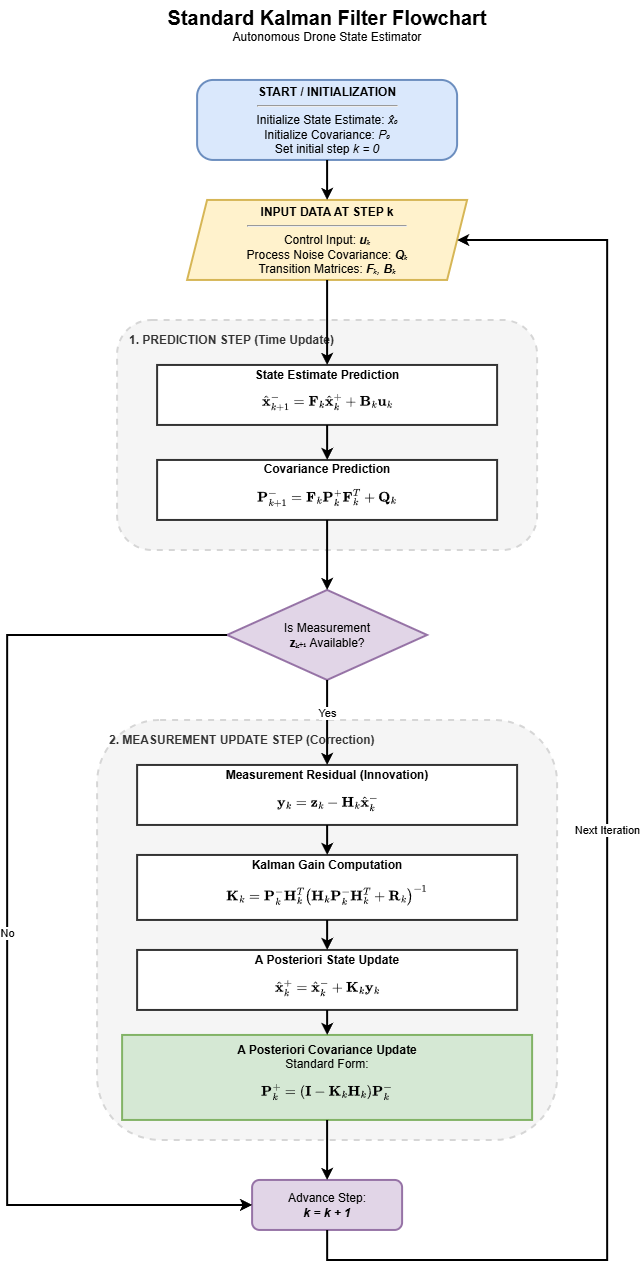
Above: docs/state_estimator/flowchart.drawio.png in koen199/my-drone (draw.io), before the change. Source tidied: cells renumbered, new cells last; positions are measured from the earlier drawing's top-left corner, leaving out a move shared by most shapes.
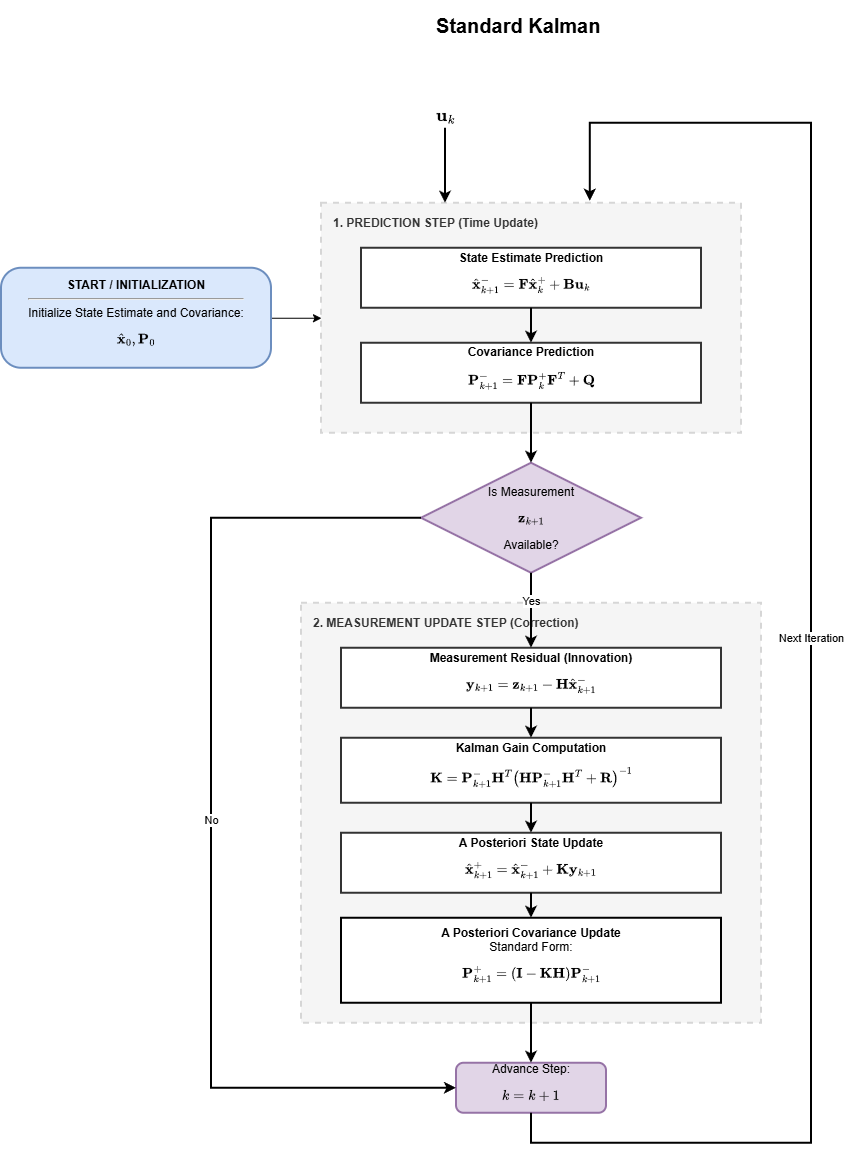
Above is the later version.

The edit, as a diff of the source:
```diff
@@ -2,56 +2,56 @@
   <root>
     <mxCell id="0" />
     <mxCell id="1" parent="0" />
-    <mxCell id="2" value="&lt;font style=&quot;font-size: 20px;&quot;&gt;&lt;b&gt;Standard Kalman Filter Flowchart&lt;/b&gt;&lt;/font&gt;&lt;br&gt;Autonomous Drone State Estimator" style="text;html=1;align=center;verticalAlign=middle;whiteSpace=wrap;rounded=0;" parent="1" vertex="1">
-      <mxGeometry x="120" width="400" height="50" as="geometry" />
+    <mxCell id="2" value="&lt;font style=&quot;font-size: 20px;&quot;&gt;&lt;b&gt;Standard Kalman&amp;nbsp;&lt;/b&gt;&lt;/font&gt;" style="text;html=1;align=center;verticalAlign=middle;whiteSpace=wrap;rounded=0;" parent="1" vertex="1">
+      <mxGeometry x="110" y="117" width="400" height="50" as="geometry" />
     </mxCell>
+    <mxCell id="28" style="edgeStyle=orthogonalEdgeStyle;rounded=0;jettySize=auto;html=1;entryX=0;entryY=0.5;entryDx=0;entryDy=0;" parent="1" edge="1" source="3" target="5">
+      <mxGeometry relative="1" as="geometry" />
+    </mxCell>
-    <mxCell id="3" value="&lt;b&gt;START / INITIALIZATION&lt;/b&gt;&lt;br&gt;&lt;hr&gt;Initialize State Estimate: &lt;i&gt;x̂₀&lt;/i&gt;&lt;br&gt;Initialize Covariance: &lt;i&gt;P₀&lt;/i&gt;&lt;br&gt;Set initial step &lt;i&gt;k = 0&lt;/i&gt;" style="rounded=1;whiteSpace=wrap;html=1;fillColor=#dae8fc;strokeColor=#6c8ebf;arcSize=20;strokeWidth=2;spacing=5;" parent="1" vertex="1">
-      <mxGeometry x="190" y="80" width="260" height="80" as="geometry" />
+    <mxCell id="3" value="&lt;b&gt;START / INITIALIZATION&lt;/b&gt;&lt;hr&gt;Initialize State Estimate and Covariance:&lt;br&gt;$$\hat{\mathbf{x}}_0,&amp;nbsp; \mathbf{P}_0 $$" style="rounded=1;whiteSpace=wrap;html=1;fillColor=#dae8fc;strokeColor=#6c8ebf;arcSize=20;strokeWidth=2;spacing=5;" parent="1" vertex="1">
+      <mxGeometry x="-210" y="385" width="270" height="100" as="geometry" />
     </mxCell>
-    <mxCell id="4" value="&lt;b&gt;INPUT DATA AT STEP k&lt;/b&gt;&lt;br&gt;&lt;hr&gt;Control Input: &lt;i&gt;&lt;b&gt;u&lt;/b&gt;ₖ&lt;/i&gt;&lt;br&gt;Process Noise Covariance: &lt;i&gt;&lt;b&gt;Q&lt;/b&gt;ₖ&lt;/i&gt;&lt;br&gt;Transition Matrices: &lt;i&gt;&lt;b&gt;F&lt;/b&gt;ₖ, &lt;b&gt;B&lt;/b&gt;ₖ&lt;/i&gt;" style="shape=parallelogram;perimeter=parallelogramPerimeter;whiteSpace=wrap;html=1;fixedSize=1;fillColor=#fff2cc;strokeColor=#d6b656;strokeWidth=2;spacing=5;" parent="1" vertex="1">
-      <mxGeometry x="180" y="200" width="280" height="80" as="geometry" />
-    </mxCell>
-    <mxCell id="5" style="rounded=1;whiteSpace=wrap;html=1;fillColor=#f5f5f5;strokeColor=#d6d6d6;dashed=1;strokeWidth=2;verticalAlign=top;align=left;spacingLeft=10;spacingTop=5;" parent="1" vertex="1">
+    <mxCell id="5" style="rounded=0;whiteSpace=wrap;html=1;fillColor=#f5f5f5;strokeColor=#d6d6d6;dashed=1;strokeWidth=2;verticalAlign=top;align=left;spacingLeft=10;spacingTop=5;" parent="1" vertex="1">
       <mxGeometry x="110" y="320" width="420" height="230" as="geometry" />
     </mxCell>
     <mxCell id="6" value="&lt;b&gt;1. PREDICTION STEP (Time Update)&lt;/b&gt;" style="text;html=1;align=left;verticalAlign=middle;strokeColor=none;fillColor=none;fontColor=#333333;" parent="1" vertex="1">
       <mxGeometry x="120" y="325" width="240" height="30" as="geometry" />
     </mxCell>
-    <mxCell id="7" value="&lt;b&gt;State Estimate Prediction&lt;/b&gt;&lt;br&gt;$$\hat{\mathbf{x}}_{k+1}^- = \mathbf{F}_k \hat{\mathbf{x}}_k^+ + \mathbf{B}_k \mathbf{u}_k$$" style="rounded=0;whiteSpace=wrap;html=1;fillColor=#ffffff;strokeColor=#333333;strokeWidth=2;" parent="1" vertex="1">
+    <mxCell id="7" value="&lt;b&gt;State Estimate Prediction&lt;/b&gt;&lt;br&gt;$$\hat{\mathbf{x}}_{k+1}^- = \mathbf{F} \hat{\mathbf{x}}_k^+ + \mathbf{B} \mathbf{u}_k$$" style="rounded=0;whiteSpace=wrap;html=1;fillColor=#ffffff;strokeColor=#333333;strokeWidth=2;" parent="1" vertex="1">
       <mxGeometry x="150" y="365" width="340" height="60" as="geometry" />
     </mxCell>
-    <mxCell id="8" value="&lt;b&gt;Covariance Prediction&lt;/b&gt;&lt;br&gt;$$\mathbf{P}_{k+1}^- = \mathbf{F}_k \mathbf{P}_k^+ \mathbf{F}_k^T + \mathbf{Q}_k$$" style="rounded=0;whiteSpace=wrap;html=1;fillColor=#ffffff;strokeColor=#333333;strokeWidth=2;" parent="1" vertex="1">
+    <mxCell id="8" value="&lt;b&gt;Covariance Prediction&lt;/b&gt;&lt;br&gt;$$\mathbf{P}_{k+1}^- = \mathbf{F} \mathbf{P}_k^+ \mathbf{F}^T + \mathbf{Q}$$" style="rounded=0;whiteSpace=wrap;html=1;fillColor=#ffffff;strokeColor=#333333;strokeWidth=2;" parent="1" vertex="1">
       <mxGeometry x="150" y="460" width="340" height="60" as="geometry" />
     </mxCell>
-    <mxCell id="9" value="Is Measurement&lt;br&gt;&lt;b&gt;z&lt;/b&gt;ₖ₊₁ Available?" style="rhombus;whiteSpace=wrap;html=1;fillColor=#e1d5e7;strokeColor=#9673a6;strokeWidth=2;" parent="1" vertex="1">
-      <mxGeometry x="220" y="590" width="200" height="90" as="geometry" />
+    <mxCell id="9" value="Is Measurement&lt;br&gt;$$\mathbf{z}_{k+1}$$ Available?" style="rhombus;whiteSpace=wrap;html=1;fillColor=#e1d5e7;strokeColor=#9673a6;strokeWidth=2;" parent="1" vertex="1">
+      <mxGeometry x="210" y="580" width="220" height="110" as="geometry" />
     </mxCell>
-    <mxCell id="10" style="rounded=1;whiteSpace=wrap;html=1;fillColor=#f5f5f5;strokeColor=#d6d6d6;dashed=1;strokeWidth=2;verticalAlign=top;align=left;spacingLeft=10;spacingTop=5;" parent="1" vertex="1">
+    <mxCell id="10" style="rounded=0;whiteSpace=wrap;html=1;fillColor=#f5f5f5;strokeColor=#d6d6d6;dashed=1;strokeWidth=2;verticalAlign=top;align=left;spacingLeft=10;spacingTop=5;" parent="1" vertex="1">
       <mxGeometry x="90" y="720" width="460" height="420" as="geometry" />
     </mxCell>
     <mxCell id="11" value="&lt;b&gt;2. MEASUREMENT UPDATE STEP (Correction)&lt;/b&gt;" style="text;html=1;align=left;verticalAlign=middle;strokeColor=none;fillColor=none;fontColor=#333333;" parent="1" vertex="1">
       <mxGeometry x="100" y="725" width="280" height="30" as="geometry" />
     </mxCell>
-    <mxCell id="12" value="&lt;b&gt;Measurement Residual (Innovation)&lt;/b&gt;&lt;br&gt;$$\mathbf{y}_k = \mathbf{z}_k - \mathbf{H}_k \hat{\mathbf{x}}_k^-$$" style="rounded=0;whiteSpace=wrap;html=1;fillColor=#ffffff;strokeColor=#333333;strokeWidth=2;" parent="1" vertex="1">
+    <mxCell id="12" value="&lt;b&gt;Measurement Residual (Innovation)&lt;/b&gt;&lt;br&gt;$$\mathbf{y}_{k+1} = \mathbf{z}_{k+1} - \mathbf{H} \hat{\mathbf{x}}_{k+1}^-$$" style="rounded=0;whiteSpace=wrap;html=1;fillColor=#ffffff;strokeColor=#333333;strokeWidth=2;" parent="1" vertex="1">
       <mxGeometry x="130" y="765" width="380" height="60" as="geometry" />
     </mxCell>
-    <mxCell id="13" value="&lt;b&gt;Kalman Gain Computation&lt;/b&gt;&lt;br&gt;$$\mathbf{K}_k = \mathbf{P}_k^- \mathbf{H}_k^T \left(\mathbf{H}_k \mathbf{P}_k^- \mathbf{H}_k^T + \mathbf{R}_k\right)^{-1}$$" style="rounded=0;whiteSpace=wrap;html=1;fillColor=#ffffff;strokeColor=#333333;strokeWidth=2;" parent="1" vertex="1">
+    <mxCell id="13" value="&lt;b&gt;Kalman Gain Computation&lt;/b&gt;&lt;br&gt;$$\mathbf{K} = \mathbf{P}_{k+1}^- \mathbf{H}^T \left(\mathbf{H} \mathbf{P}_{k+1}^- \mathbf{H}^T + \mathbf{R}\right)^{-1}$$" style="rounded=0;whiteSpace=wrap;html=1;fillColor=#ffffff;strokeColor=#333333;strokeWidth=2;" parent="1" vertex="1">
       <mxGeometry x="130" y="855" width="380" height="65" as="geometry" />
     </mxCell>
-    <mxCell id="14" value="&lt;b&gt;A Posteriori State Update&lt;/b&gt;&lt;br&gt;$$\hat{\mathbf{x}}_k^+ = \hat{\mathbf{x}}_k^- + \mathbf{K}_k \mathbf{y}_k$$" style="rounded=0;whiteSpace=wrap;html=1;fillColor=#ffffff;strokeColor=#333333;strokeWidth=2;" parent="1" vertex="1">
+    <mxCell id="14" value="&lt;b&gt;A Posteriori State Update&lt;/b&gt;&lt;br&gt;$$\hat{\mathbf{x}}_{k+1}^+ = \hat{\mathbf{x}}_{k+1}^- + \mathbf{K} \mathbf{y}_{k+1}$$" style="rounded=0;whiteSpace=wrap;html=1;fillColor=#ffffff;strokeColor=#333333;strokeWidth=2;" parent="1" vertex="1">
       <mxGeometry x="130" y="950" width="380" height="60" as="geometry" />
     </mxCell>
-    <mxCell id="15" value="&lt;b&gt;A Posteriori Covariance Update&lt;/b&gt;&lt;br&gt;Standard Form: $$\mathbf{P}_k^+ = (\mathbf{I} - \mathbf{K}_k \mathbf{H}_k)\mathbf{P}_k^-$$" style="rounded=0;whiteSpace=wrap;html=1;fillColor=#d5e8d4;strokeColor=#82b366;strokeWidth=2;spacing=3;" parent="1" vertex="1">
-      <mxGeometry x="115" y="1035" width="410" height="85" as="geometry" />
+    <mxCell id="15" value="&lt;b&gt;A Posteriori Covariance Update&lt;/b&gt;&lt;br&gt;Standard Form: $$\mathbf{P}_{k+1}^+ = (\mathbf{I} - \mathbf{K} \mathbf{H})\mathbf{P}_{k+1}^-$$" style="rounded=0;whiteSpace=wrap;html=1;strokeWidth=2;spacing=3;" parent="1" vertex="1">
+      <mxGeometry x="130" y="1035" width="380" height="85" as="geometry" />
     </mxCell>
-    <mxCell id="16" value="Advance Step:&lt;br&gt;&lt;b&gt;&lt;i&gt;k = k + 1&lt;/i&gt;&lt;/b&gt;" style="rounded=1;whiteSpace=wrap;html=1;fillColor=#e1d5e7;strokeColor=#9673a6;strokeWidth=2;" parent="1" vertex="1">
+    <mxCell id="16" value="Advance Step:&lt;br&gt;$$k = k + 1$$" style="rounded=1;whiteSpace=wrap;html=1;fillColor=#e1d5e7;strokeColor=#9673a6;strokeWidth=2;" parent="1" vertex="1">
       <mxGeometry x="245" y="1180" width="150" height="50" as="geometry" />
     </mxCell>
-    <mxCell id="17" style="edgeStyle=orthogonalEdgeStyle;rounded=0;jettySize=auto;html=1;strokeWidth=2;" parent="1" edge="1" source="3" target="4">
-      <mxGeometry relative="1" as="geometry" />
-    </mxCell>
-    <mxCell id="18" style="edgeStyle=orthogonalEdgeStyle;rounded=0;jettySize=auto;html=1;strokeWidth=2;" parent="1" edge="1" source="4" target="7">
-      <mxGeometry relative="1" as="geometry" />
+    <mxCell id="18" style="edgeStyle=orthogonalEdgeStyle;rounded=0;orthogonalLoop=1;jettySize=auto;html=1;strokeWidth=2;" parent="1" edge="1">
+      <mxGeometry relative="1" as="geometry">
+        <mxPoint x="234" y="245" as="sourcePoint" />
+        <mxPoint x="234" y="320" as="targetPoint" />
+      </mxGeometry>
     </mxCell>
     <mxCell id="19" style="edgeStyle=orthogonalEdgeStyle;rounded=0;jettySize=auto;html=1;strokeWidth=2;" parent="1" edge="1" source="7" target="8">
       <mxGeometry relative="1" as="geometry" />
@@ -82,14 +82,18 @@
         </Array>
       </mxGeometry>
     </mxCell>
-    <mxCell id="27" value="Next Iteration" style="edgeStyle=orthogonalEdgeStyle;rounded=0;jettySize=auto;html=1;strokeWidth=2;labelBackgroundColor=#ffffff;" parent="1" edge="1" source="16" target="4">
+    <mxCell id="27" value="Next Iteration" style="edgeStyle=orthogonalEdgeStyle;rounded=0;jettySize=auto;html=1;strokeWidth=2;labelBackgroundColor=#ffffff;entryX=0.64;entryY=-0.009;entryDx=0;entryDy=0;entryPerimeter=0;" parent="1" edge="1" source="16" target="5">
       <mxGeometry relative="1" as="geometry">
         <Array as="points">
           <mxPoint x="320" y="1260" />
           <mxPoint x="600" y="1260" />
           <mxPoint x="600" y="240" />
+          <mxPoint x="378.8" y="240" />
         </Array>
       </mxGeometry>
     </mxCell>
+    <mxCell id="29" value="&lt;font style=&quot;font-size: 15px;&quot;&gt;&amp;nbsp;$$\mathbf{u}_k$$&lt;/font&gt;" style="text;html=1;whiteSpace=wrap;strokeColor=none;fillColor=none;align=center;verticalAlign=middle;rounded=0;" parent="1" vertex="1">
+      <mxGeometry x="205" y="208" width="60" height="30" as="geometry" />
+    </mxCell>
   </root>
 </mxGraphModel>
```
